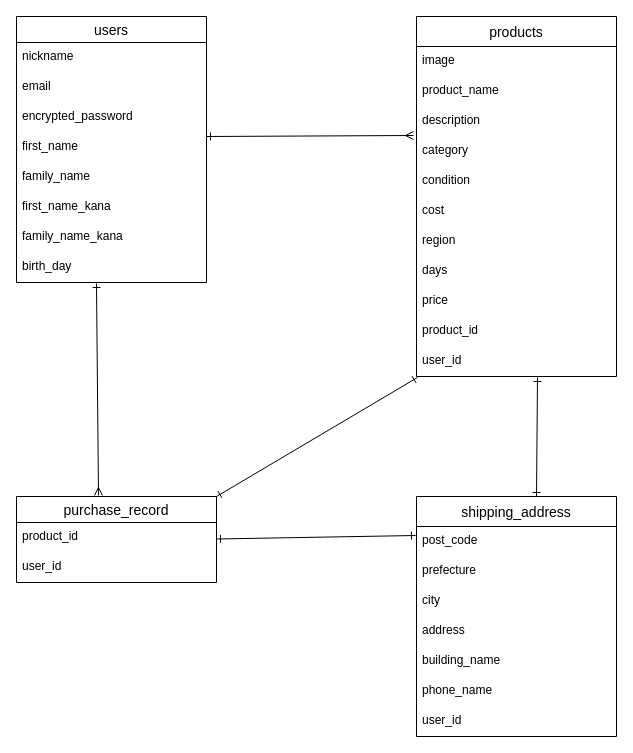
Earlier version of the draw.io diagram furima-39671.dio (tomoya0827/furima-39671). Source tidied: cells renumbered, new cells numbered last; positions are measured from the earlier drawing's top-left corner, leaving out a move shared by most shapes. Both pictures are drawn from the tidied source at 100%, with x=0, y=0 at pixel (16, 16).
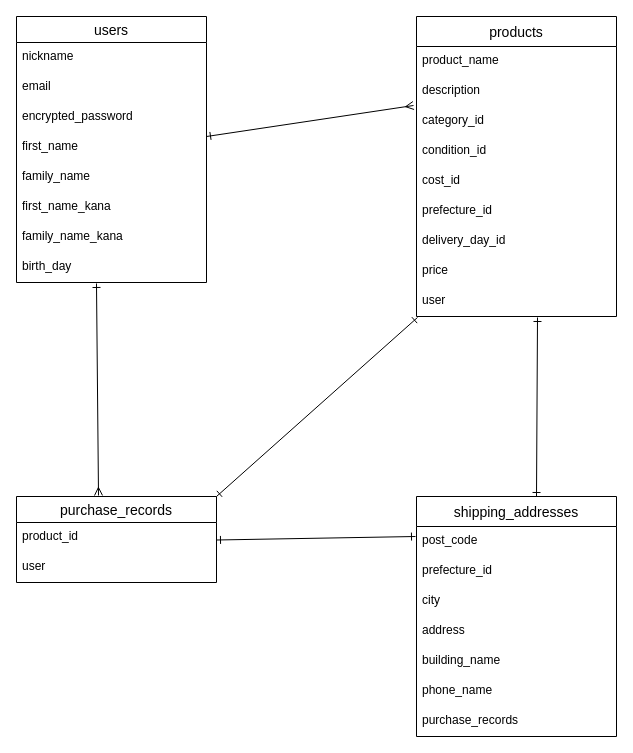
After the change.

Commit message (it also covers changes not shown here):
訂正箇所の修正1

Unchanged cells that the change refers to:
```xml
<mxCell id="24" value="post_code" style="text;strokeColor=none;fillColor=none;spacingLeft=4;spacingRight=4;overflow=hidden;points=[[0,0.5],[1,0.5]];portConstraint=eastwest;fontSize=12;" parent="23" vertex="1">
  <mxGeometry y="30" width="200" height="30" as="geometry" />
</mxCell>
```

Change to the diagram source:
```diff
@@
     <mxCell id="11" value="products" style="swimlane;fontStyle=0;horizontal=1;startSize=30;align=center;fontSize=14;" parent="1" vertex="1">
-      <mxGeometry x="400" width="200" height="360" as="geometry" />
+      <mxGeometry x="400" width="200" height="300" as="geometry" />
     </mxCell>
-    <mxCell id="12" value="image" style="text;strokeColor=none;fillColor=none;spacingLeft=4;spacingRight=4;overflow=hidden;fontSize=12;" parent="11" vertex="1">
-      <mxGeometry y="30" width="200" height="30" as="geometry" />
-    </mxCell>
     <mxCell id="13" value="product_name" style="text;strokeColor=none;fillColor=none;spacingLeft=4;spacingRight=4;overflow=hidden;fontSize=12;" parent="11" vertex="1">
-      <mxGeometry y="60" width="200" height="30" as="geometry" />
+      <mxGeometry y="30" width="200" height="30" as="geometry" />
     </mxCell>
     <mxCell id="14" value="description" style="text;strokeColor=none;fillColor=none;spacingLeft=4;spacingRight=4;overflow=hidden;fontSize=12;" parent="11" vertex="1">
-      <mxGeometry y="90" width="200" height="30" as="geometry" />
+      <mxGeometry y="60" width="200" height="30" as="geometry" />
     </mxCell>
-    <mxCell id="15" value="category" style="text;strokeColor=none;fillColor=none;spacingLeft=4;spacingRight=4;overflow=hidden;points=[[0,0.5],[1,0.5]];portConstraint=eastwest;fontSize=12;" parent="11" vertex="1">
-      <mxGeometry y="120" width="200" height="30" as="geometry" />
+    <mxCell id="15" value="category_id" style="text;strokeColor=none;fillColor=none;spacingLeft=4;spacingRight=4;overflow=hidden;points=[[0,0.5],[1,0.5]];portConstraint=eastwest;fontSize=12;" parent="11" vertex="1">
+      <mxGeometry y="90" width="200" height="30" as="geometry" />
     </mxCell>
-    <mxCell id="16" value="condition" style="text;strokeColor=none;fillColor=none;spacingLeft=4;spacingRight=4;overflow=hidden;fontSize=12;" parent="11" vertex="1">
-      <mxGeometry y="150" width="200" height="30" as="geometry" />
+    <mxCell id="16" value="condition_id" style="text;strokeColor=none;fillColor=none;spacingLeft=4;spacingRight=4;overflow=hidden;fontSize=12;" parent="11" vertex="1">
+      <mxGeometry y="120" width="200" height="30" as="geometry" />
     </mxCell>
-    <mxCell id="17" value="cost" style="text;strokeColor=none;fillColor=none;spacingLeft=4;spacingRight=4;overflow=hidden;fontSize=12;" parent="11" vertex="1">
-      <mxGeometry y="180" width="200" height="30" as="geometry" />
+    <mxCell id="17" value="cost_id" style="text;strokeColor=none;fillColor=none;spacingLeft=4;spacingRight=4;overflow=hidden;fontSize=12;" parent="11" vertex="1">
+      <mxGeometry y="150" width="200" height="30" as="geometry" />
     </mxCell>
-    <mxCell id="18" value="region" style="text;strokeColor=none;fillColor=none;spacingLeft=4;spacingRight=4;overflow=hidden;fontSize=12;" parent="11" vertex="1">
-      <mxGeometry y="210" width="200" height="30" as="geometry" />
+    <mxCell id="18" value="prefecture_id" style="text;strokeColor=none;fillColor=none;spacingLeft=4;spacingRight=4;overflow=hidden;fontSize=12;" parent="11" vertex="1">
+      <mxGeometry y="180" width="200" height="30" as="geometry" />
     </mxCell>
-    <mxCell id="19" value="days" style="text;strokeColor=none;fillColor=none;spacingLeft=4;spacingRight=4;overflow=hidden;fontSize=12;" parent="11" vertex="1">
-      <mxGeometry y="240" width="200" height="30" as="geometry" />
+    <mxCell id="19" value="delivery_day_id" style="text;strokeColor=none;fillColor=none;spacingLeft=4;spacingRight=4;overflow=hidden;fontSize=12;" parent="11" vertex="1">
+      <mxGeometry y="210" width="200" height="30" as="geometry" />
     </mxCell>
     <mxCell id="20" value="price" style="text;strokeColor=none;fillColor=none;spacingLeft=4;spacingRight=4;overflow=hidden;fontSize=12;" parent="11" vertex="1">
-      <mxGeometry y="270" width="200" height="30" as="geometry" />
+      <mxGeometry y="240" width="200" height="30" as="geometry" />
     </mxCell>
-    <mxCell id="21" value="product_id" style="text;strokeColor=none;fillColor=none;spacingLeft=4;spacingRight=4;overflow=hidden;fontSize=12;" parent="11" vertex="1">
-      <mxGeometry y="300" width="200" height="30" as="geometry" />
-    </mxCell>
-    <mxCell id="22" value="user_id" style="text;strokeColor=none;fillColor=none;spacingLeft=4;spacingRight=4;overflow=hidden;points=[[0,0.5],[1,0.5]];portConstraint=eastwest;fontSize=12;" parent="11" vertex="1">
-      <mxGeometry y="330" width="200" height="30" as="geometry" />
+    <mxCell id="22" value="user" style="text;strokeColor=none;fillColor=none;spacingLeft=4;spacingRight=4;overflow=hidden;points=[[0,0.5],[1,0.5]];portConstraint=eastwest;fontSize=12;" parent="11" vertex="1">
+      <mxGeometry y="270" width="200" height="30" as="geometry" />
     </mxCell>
-    <mxCell id="23" value="shipping_address" style="swimlane;fontStyle=0;horizontal=1;startSize=30;align=center;fontSize=14;" parent="1" vertex="1">
+    <mxCell id="23" value="shipping_addresses" style="swimlane;fontStyle=0;horizontal=1;startSize=30;align=center;fontSize=14;" parent="1" vertex="1">
       <mxGeometry x="400" y="480" width="200" height="240" as="geometry" />
     </mxCell>
@@
-    <mxCell id="25" value="prefecture" style="text;strokeColor=none;fillColor=none;spacingLeft=4;spacingRight=4;overflow=hidden;fontSize=12;" parent="23" vertex="1">
+    <mxCell id="25" value="prefecture_id" style="text;strokeColor=none;fillColor=none;spacingLeft=4;spacingRight=4;overflow=hidden;fontSize=12;" parent="23" vertex="1">
       <mxGeometry y="60" width="200" height="30" as="geometry" />
     </mxCell>
@@
-    <mxCell id="30" value="user_id" style="text;strokeColor=none;fillColor=none;spacingLeft=4;spacingRight=4;overflow=hidden;fontSize=12;" parent="23" vertex="1">
-      <mxGeometry y="210" width="200" height="30" as="geometry" />
-    </mxCell>
+    <mxCell id="39" value="purchase_records" style="text;strokeColor=none;fillColor=none;spacingLeft=4;spacingRight=4;overflow=hidden;fontSize=12;" parent="23" vertex="1">
+      <mxGeometry y="210" width="200" height="30" as="geometry" />
+    </mxCell>
-    <mxCell id="31" value="purchase_record" style="swimlane;fontStyle=0;horizontal=1;startSize=26;align=center;fontSize=14;" parent="1" vertex="1">
+    <mxCell id="31" value="purchase_records" style="swimlane;fontStyle=0;horizontal=1;startSize=26;align=center;fontSize=14;" parent="1" vertex="1">
       <mxGeometry y="480" width="200" height="86" as="geometry" />
     </mxCell>
@@
-    <mxCell id="33" value="user_id" style="text;strokeColor=none;fillColor=none;spacingLeft=4;spacingRight=4;overflow=hidden;fontSize=12;" parent="31" vertex="1">
+    <mxCell id="33" value="user" style="text;strokeColor=none;fillColor=none;spacingLeft=4;spacingRight=4;overflow=hidden;fontSize=12;" parent="31" vertex="1">
       <mxGeometry y="56" width="200" height="30" as="geometry" />
     </mxCell>
@@
-    <mxCell id="38" style="endArrow=ERone;html=1;rounded=0;strokeWidth=1;entryX=-0.005;entryY=0.3;entryDx=0;entryDy=0;entryPerimeter=0;startArrow=ERone;startFill=0;endFill=0;" parent="1" edge="1" target="24">
+    <mxCell id="38" style="endArrow=ERone;html=1;rounded=0;strokeWidth=1;entryX=-0.005;entryY=0.3;entryDx=0;entryDy=0;entryPerimeter=0;startArrow=ERone;startFill=0;endFill=0;" parent="1" edge="1">
       <mxGeometry relative="1" as="geometry">
-        <mxPoint x="200" y="522.5" as="sourcePoint" />
+        <mxPoint x="200" y="523.5" as="sourcePoint" />
+        <mxPoint x="399" y="520" as="targetPoint" />
       </mxGeometry>
     </mxCell>
```
